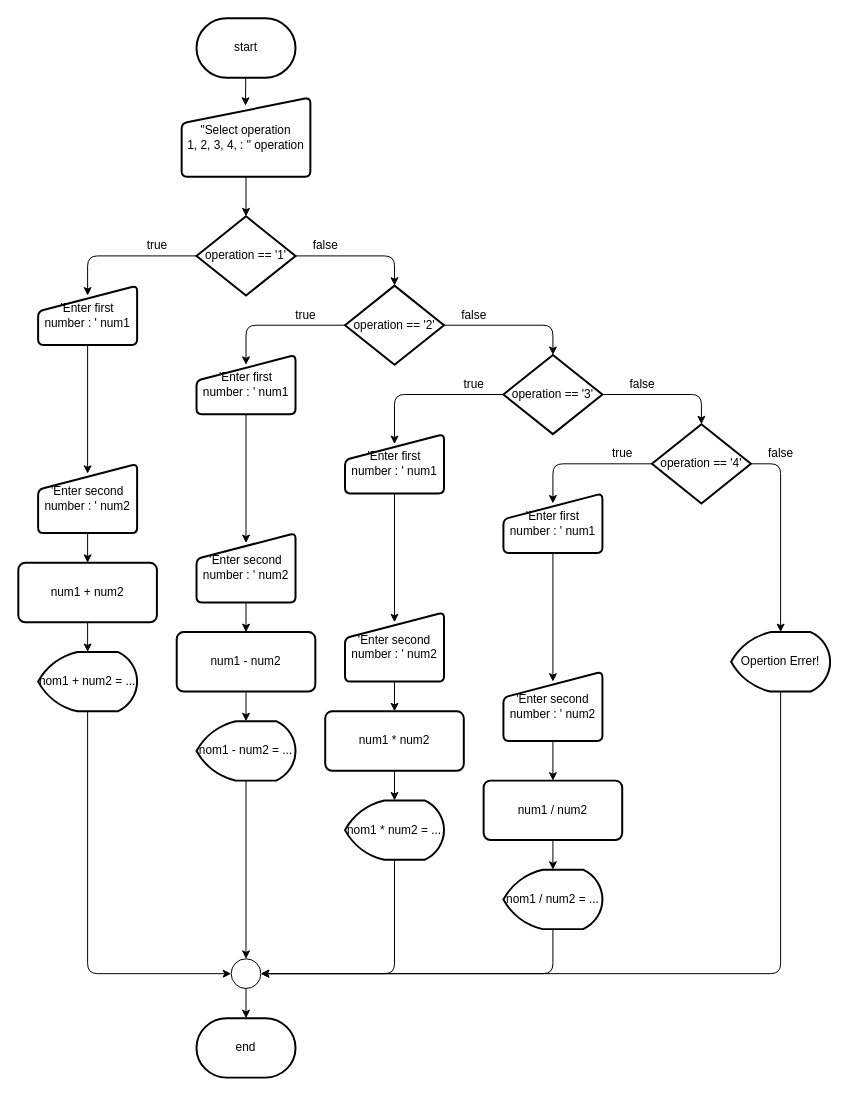
Before: L02/EXE4.drawio in ZonaphatINET/65-1_ComPro-Python, a draw.io diagram. Source tidied: cells renumbered, new cells numbered last; positions are measured from the earlier drawing's top-left corner, leaving out a move shared by most shapes. Both pictures are drawn from the tidied source at 99%, with x=0, y=0 at pixel (18, 18).
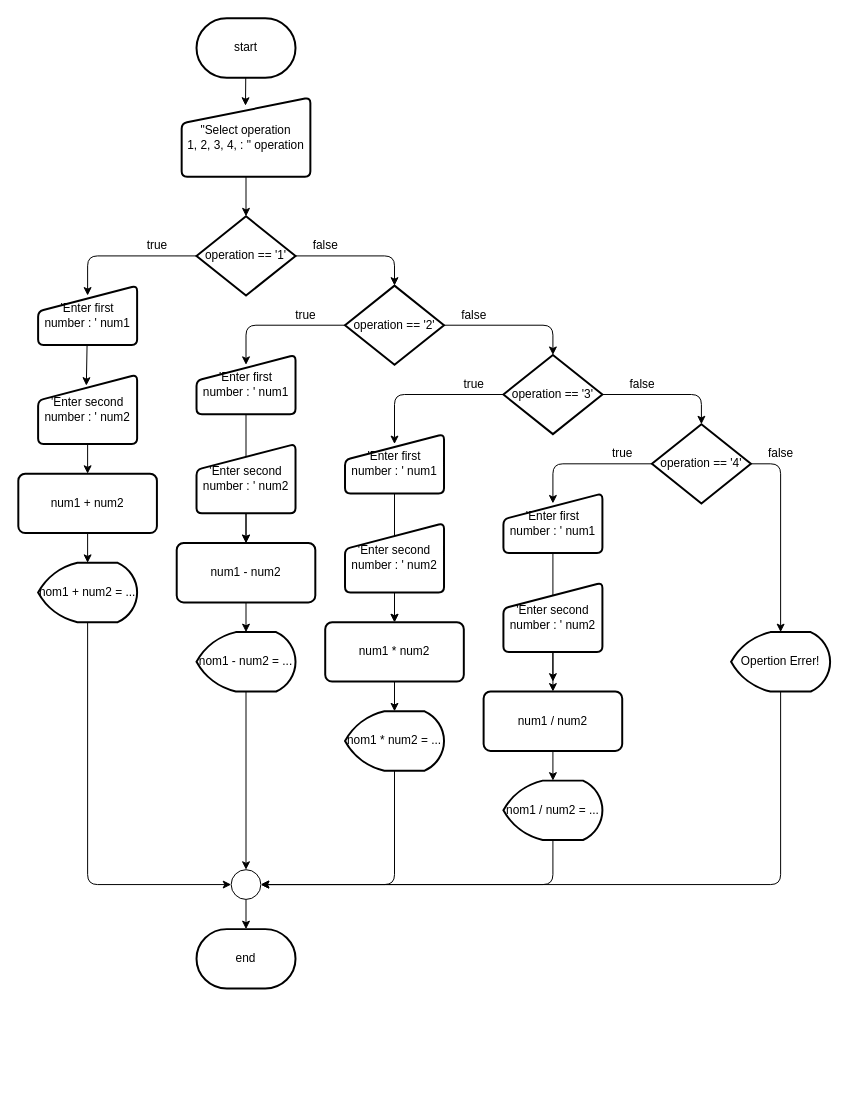
The same page after the edit.

The change refers to these unchanged cells:
```xml
<mxCell id="20" value="'Enter first&lt;br&gt;number : ' num1" style="html=1;strokeWidth=2;shape=manualInput;whiteSpace=wrap;rounded=1;size=26;arcSize=11;" parent="1" vertex="1">
  <mxGeometry x="20" y="270" width="100" height="60" as="geometry" />
</mxCell>
<mxCell id="44" value="Opertion Errer!" style="strokeWidth=2;html=1;shape=mxgraph.flowchart.display;whiteSpace=wrap;" parent="1" vertex="1">
  <mxGeometry x="720" y="620" width="100" height="60" as="geometry" />
</mxCell>
```

What changed in the source:
```diff
@@
     <mxCell id="4" value="end" style="strokeWidth=2;html=1;shape=mxgraph.flowchart.terminator;whiteSpace=wrap;" parent="1" vertex="1">
-      <mxGeometry x="180" y="1010" width="100" height="60" as="geometry" />
+      <mxGeometry x="180" y="920" width="100" height="60" as="geometry" />
     </mxCell>
@@
-    <mxCell id="19" style="edgeStyle=none;html=1;entryX=0.5;entryY=0;entryDx=0;entryDy=0;entryPerimeter=0;" parent="1" edge="1" source="20">
-      <mxGeometry relative="1" as="geometry">
-        <mxPoint x="70" y="460" as="targetPoint" />
-      </mxGeometry>
-    </mxCell>
+    <mxCell id="63" style="edgeStyle=none;html=1;entryX=0.487;entryY=0.157;entryDx=0;entryDy=0;entryPerimeter=0;" parent="1" edge="1" source="20" target="22">
+      <mxGeometry relative="1" as="geometry" />
+    </mxCell>
@@
     <mxCell id="22" value="'Enter second number : ' num2" style="html=1;strokeWidth=2;shape=manualInput;whiteSpace=wrap;rounded=1;size=26;arcSize=11;" parent="1" vertex="1">
-      <mxGeometry x="20" y="450" width="100" height="70" as="geometry" />
+      <mxGeometry x="20" y="360" width="100" height="70" as="geometry" />
     </mxCell>
@@
     <mxCell id="26" value="'Enter second number : ' num2" style="html=1;strokeWidth=2;shape=manualInput;whiteSpace=wrap;rounded=1;size=26;arcSize=11;" parent="1" vertex="1">
-      <mxGeometry x="180" y="520" width="100" height="70" as="geometry" />
+      <mxGeometry x="180" y="430" width="100" height="70" as="geometry" />
     </mxCell>
@@
     <mxCell id="30" value="'Enter second number : ' num2" style="html=1;strokeWidth=2;shape=manualInput;whiteSpace=wrap;rounded=1;size=26;arcSize=11;" parent="1" vertex="1">
-      <mxGeometry x="330" y="600" width="100" height="70" as="geometry" />
+      <mxGeometry x="330" y="510" width="100" height="70" as="geometry" />
     </mxCell>
@@
     <mxCell id="34" value="'Enter second number : ' num2" style="html=1;strokeWidth=2;shape=manualInput;whiteSpace=wrap;rounded=1;size=26;arcSize=11;" parent="1" vertex="1">
-      <mxGeometry x="490" y="660" width="100" height="70" as="geometry" />
+      <mxGeometry x="490" y="570" width="100" height="70" as="geometry" />
     </mxCell>
@@
     <mxCell id="36" value="num1 + num2" style="rounded=1;whiteSpace=wrap;html=1;absoluteArcSize=1;arcSize=14;strokeWidth=2;" parent="1" vertex="1">
-      <mxGeometry y="550" width="140" height="60" as="geometry" />
+      <mxGeometry y="460" width="140" height="60" as="geometry" />
     </mxCell>
@@
     <mxCell id="38" value="&lt;span&gt;num1 - num2&lt;/span&gt;" style="rounded=1;whiteSpace=wrap;html=1;absoluteArcSize=1;arcSize=14;strokeWidth=2;" parent="1" vertex="1">
-      <mxGeometry x="160" y="620" width="140" height="60" as="geometry" />
+      <mxGeometry x="160" y="530" width="140" height="60" as="geometry" />
     </mxCell>
@@
     <mxCell id="40" value="&lt;span&gt;num1 * num2&lt;/span&gt;" style="rounded=1;whiteSpace=wrap;html=1;absoluteArcSize=1;arcSize=14;strokeWidth=2;" parent="1" vertex="1">
-      <mxGeometry x="310" y="700" width="140" height="60" as="geometry" />
+      <mxGeometry x="310" y="610" width="140" height="60" as="geometry" />
     </mxCell>
@@
     <mxCell id="42" value="&lt;span&gt;num1 / num2&lt;/span&gt;" style="rounded=1;whiteSpace=wrap;html=1;absoluteArcSize=1;arcSize=14;strokeWidth=2;" parent="1" vertex="1">
-      <mxGeometry x="470" y="770" width="140" height="60" as="geometry" />
+      <mxGeometry x="470" y="680" width="140" height="60" as="geometry" />
     </mxCell>
     <mxCell id="43" style="edgeStyle=none;html=1;entryX=1;entryY=0.5;entryDx=0;entryDy=0;entryPerimeter=0;" parent="1" edge="1" source="44" target="46">
       <mxGeometry relative="1" as="geometry">
         <Array as="points">
-          <mxPoint x="770" y="965" />
+          <mxPoint x="770" y="875" />
         </Array>
       </mxGeometry>
     </mxCell>
@@
     <mxCell id="46" style="verticalLabelPosition=bottom;verticalAlign=top;html=1;shape=mxgraph.flowchart.on-page_reference;" parent="1" vertex="1">
-      <mxGeometry x="215" y="950" width="30" height="30" as="geometry" />
+      <mxGeometry x="215" y="860" width="30" height="30" as="geometry" />
     </mxCell>
@@
     <mxCell id="55" style="edgeStyle=none;html=1;entryX=0;entryY=0.5;entryDx=0;entryDy=0;entryPerimeter=0;" parent="1" edge="1" source="56" target="46">
       <mxGeometry relative="1" as="geometry">
         <Array as="points">
-          <mxPoint x="70" y="965" />
+          <mxPoint x="70" y="875" />
         </Array>
       </mxGeometry>
     </mxCell>
     <mxCell id="56" value="nom1 + num2 = ..." style="strokeWidth=2;html=1;shape=mxgraph.flowchart.display;whiteSpace=wrap;" parent="1" vertex="1">
-      <mxGeometry x="20" y="640" width="100" height="60" as="geometry" />
+      <mxGeometry x="20" y="550" width="100" height="60" as="geometry" />
     </mxCell>
@@
     <mxCell id="58" value="&lt;span&gt;nom1 - num2 = ...&lt;/span&gt;" style="strokeWidth=2;html=1;shape=mxgraph.flowchart.display;whiteSpace=wrap;" parent="1" vertex="1">
-      <mxGeometry x="180" y="710" width="100" height="60" as="geometry" />
+      <mxGeometry x="180" y="620" width="100" height="60" as="geometry" />
     </mxCell>
     <mxCell id="59" style="edgeStyle=none;html=1;entryX=1;entryY=0.5;entryDx=0;entryDy=0;entryPerimeter=0;" parent="1" edge="1" source="60" target="46">
       <mxGeometry relative="1" as="geometry">
         <Array as="points">
-          <mxPoint x="380" y="965" />
+          <mxPoint x="380" y="875" />
         </Array>
       </mxGeometry>
     </mxCell>
     <mxCell id="60" value="&lt;span&gt;nom1 * num2 = ...&lt;/span&gt;" style="strokeWidth=2;html=1;shape=mxgraph.flowchart.display;whiteSpace=wrap;" parent="1" vertex="1">
-      <mxGeometry x="330" y="790" width="100" height="60" as="geometry" />
+      <mxGeometry x="330" y="700" width="100" height="60" as="geometry" />
     </mxCell>
     <mxCell id="61" style="edgeStyle=none;html=1;entryX=1;entryY=0.5;entryDx=0;entryDy=0;entryPerimeter=0;" parent="1" edge="1" source="62" target="46">
       <mxGeometry relative="1" as="geometry">
         <Array as="points">
-          <mxPoint x="540" y="965" />
+          <mxPoint x="540" y="875" />
         </Array>
       </mxGeometry>
     </mxCell>
     <mxCell id="62" value="&lt;span&gt;nom1 / num2 = ...&lt;/span&gt;" style="strokeWidth=2;html=1;shape=mxgraph.flowchart.display;whiteSpace=wrap;" parent="1" vertex="1">
-      <mxGeometry x="490" y="860" width="100" height="60" as="geometry" />
+      <mxGeometry x="490" y="770" width="100" height="60" as="geometry" />
     </mxCell>
```
